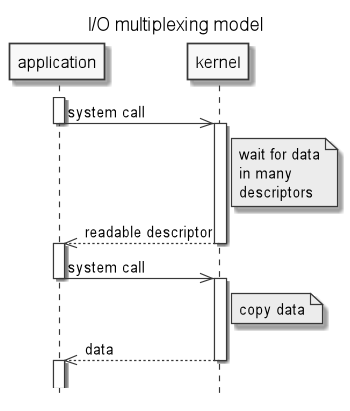
The PlantUML diagram .images/IO_multiplexing_model.png in c0p4c4b4n4/demo-sockets-io-nio-nio2, before a commit.
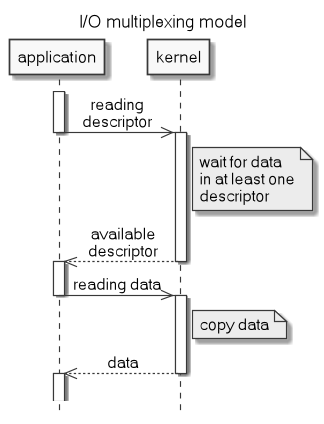
Above is the later version.

Diff of the diagram source:
```diff
@@ -2,16 +2,19 @@
 title I/O multiplexing model
 hide footbox
 skinparam monochrome true
-skinparam titleFontSize 16
+skinparam defaultFontName Microsoft Sans Serif
+skinparam titleFontSize 15
+
+skinparam sequenceMessageAlign center
 activate application
-application->>kernel: system call
+application->>kernel: reading\ndescriptor
 deactivate application
 activate kernel
-Note right of kernel: wait for data\nin many\ndescriptors
-kernel-->>application: readable descriptor
+Note right of kernel: wait for data\nin at least one\ndescriptor
+kernel-->>application: available\ndescriptor
 deactivate kernel
 activate application
-application->>kernel: system call
+application->>kernel: reading data
 deactivate application
 activate kernel
 Note right of kernel: copy data
```
